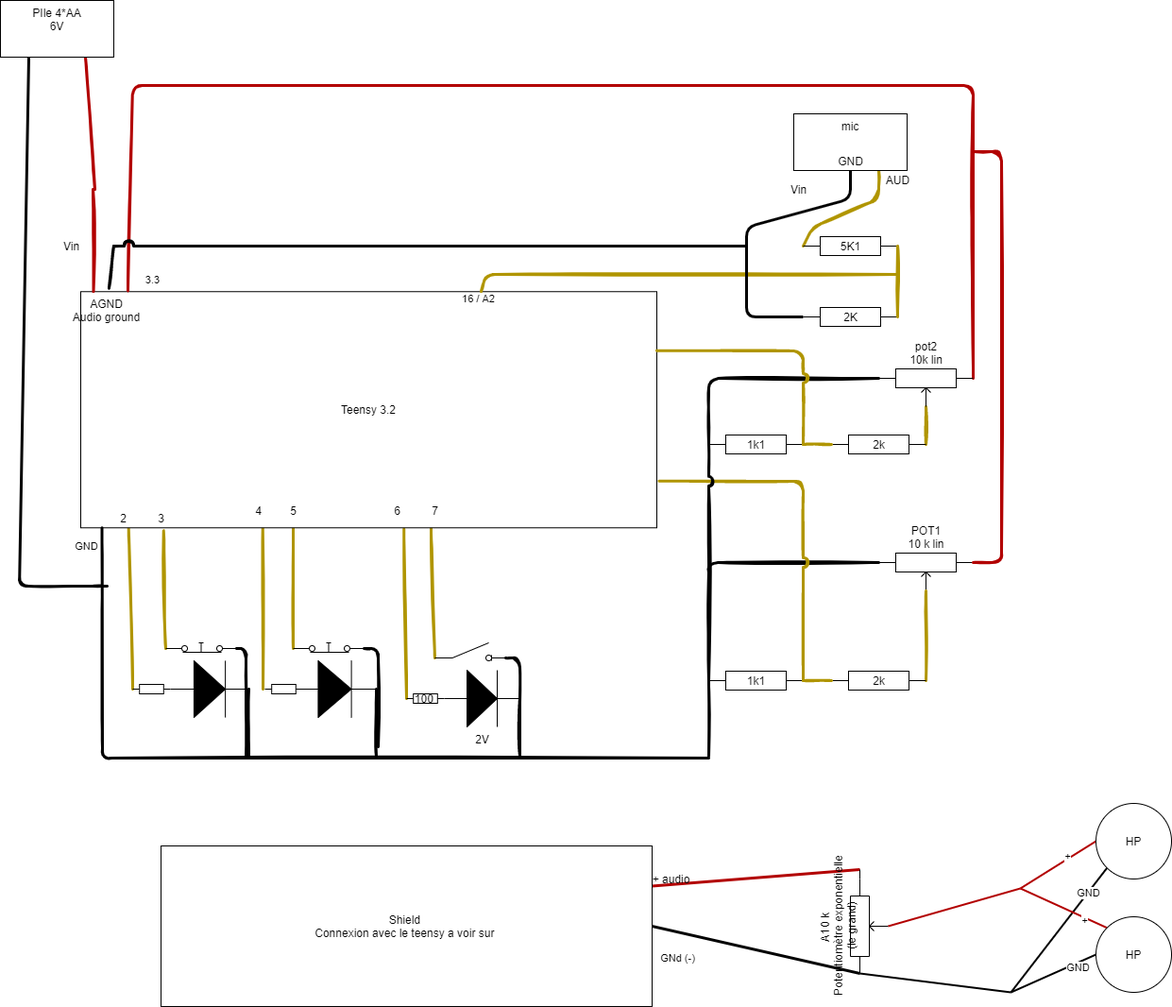
Earlier version of the draw.io export Diagram.drawio.png (nicomy/voice_changer). Source tidied: cells renumbered, new cells last; positions are measured from the earlier drawing's top-left corner, leaving out a move shared by most shapes.
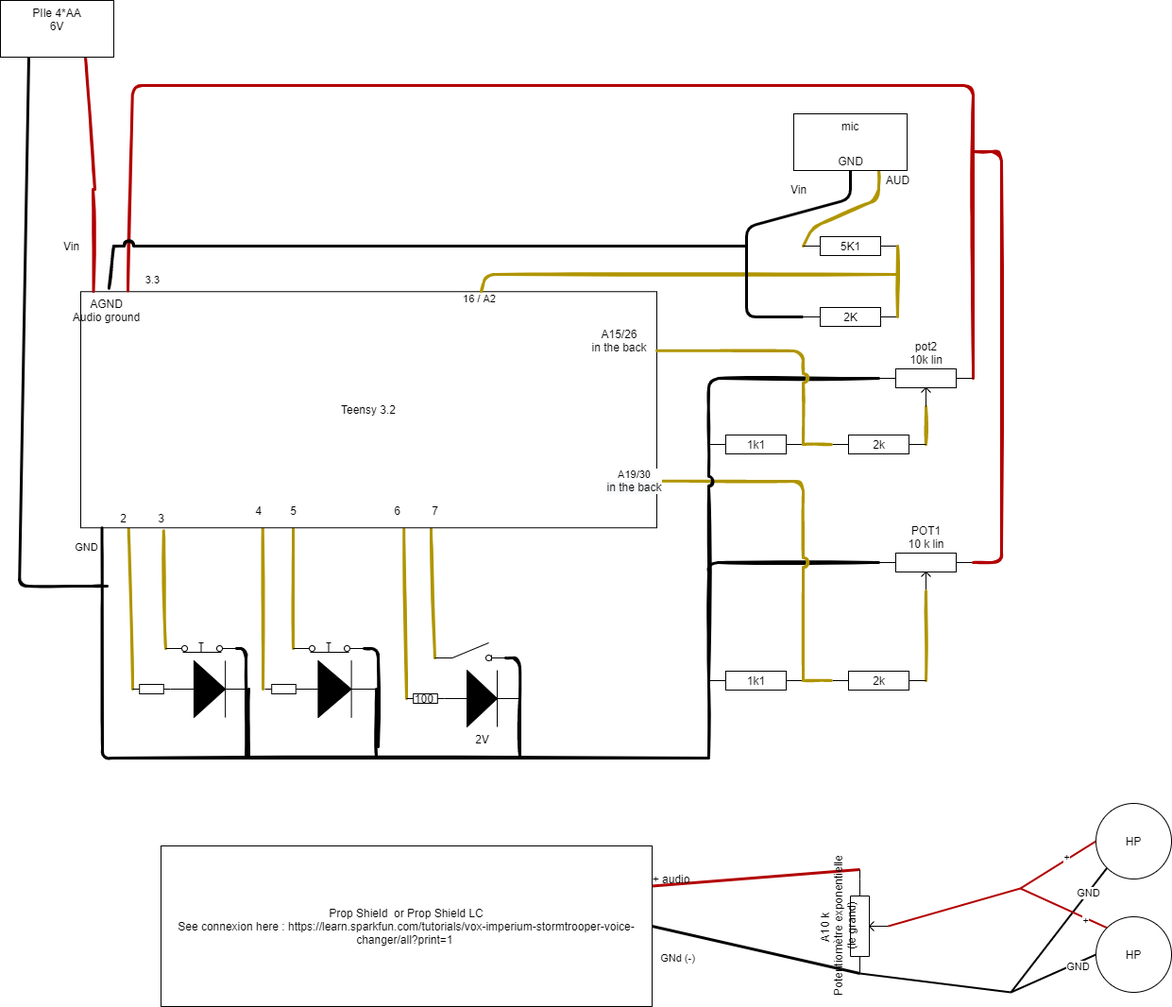
The same file after the commit.

The edit, as a diff of the source:
```diff
@@ -267,7 +267,7 @@
         <mxPoint x="-13" y="27" as="offset" />
       </mxGeometry>
     </mxCell>
-    <mxCell id="56" value="Shield&amp;nbsp;&lt;br&gt;Connexion avec le teensy a voir sur&amp;nbsp;&lt;br&gt;" style="rounded=0;whiteSpace=wrap;html=1;" parent="48" vertex="1">
+    <mxCell id="56" value="Prop Shield&amp;nbsp; or Prop Shield LC&lt;br&gt;See connexion here :&amp;nbsp;https://learn.sparkfun.com/tutorials/vox-imperium-stormtrooper-voice-changer/all?print=1&amp;nbsp;&lt;br&gt;" style="rounded=0;whiteSpace=wrap;html=1;" parent="48" vertex="1">
       <mxGeometry y="45" width="520" height="170" as="geometry" />
     </mxCell>
     <mxCell id="57" style="edgeStyle=none;rounded=0;jettySize=auto;html=1;exitX=0;exitY=0.5;exitDx=0;exitDy=0;endArrow=none;endFill=0;fillColor=#e51400;strokeColor=#B20000;strokeWidth=2;" parent="48" edge="1" source="61">
@@ -393,6 +393,11 @@
         </Array>
       </mxGeometry>
     </mxCell>
+    <mxCell id="98" value="A19/30&lt;br&gt;&lt;span style=&quot;font-size: 12px ; background-color: rgb(248 , 249 , 250)&quot;&gt;in the back&lt;/span&gt;" style="edgeLabel;html=1;align=center;verticalAlign=middle;" parent="87" vertex="1">
+      <mxGeometry x="0.91" relative="1" as="geometry">
+        <mxPoint x="-44" as="offset" />
+      </mxGeometry>
+    </mxCell>
     <mxCell id="88" style="group;" parent="1" vertex="1">
       <mxGeometry x="750" y="710" width="230" height="20" as="geometry" />
     </mxCell>
@@ -427,5 +432,8 @@
         </Array>
       </mxGeometry>
     </mxCell>
+    <mxCell id="99" value="A15/26&lt;br&gt;in the back" style="text;html=1;align=center;verticalAlign=middle;strokeColor=none;fillColor=none;" parent="1" vertex="1">
+      <mxGeometry x="620" y="345" width="70" height="30" as="geometry" />
+    </mxCell>
   </root>
 </mxGraphModel>
```
